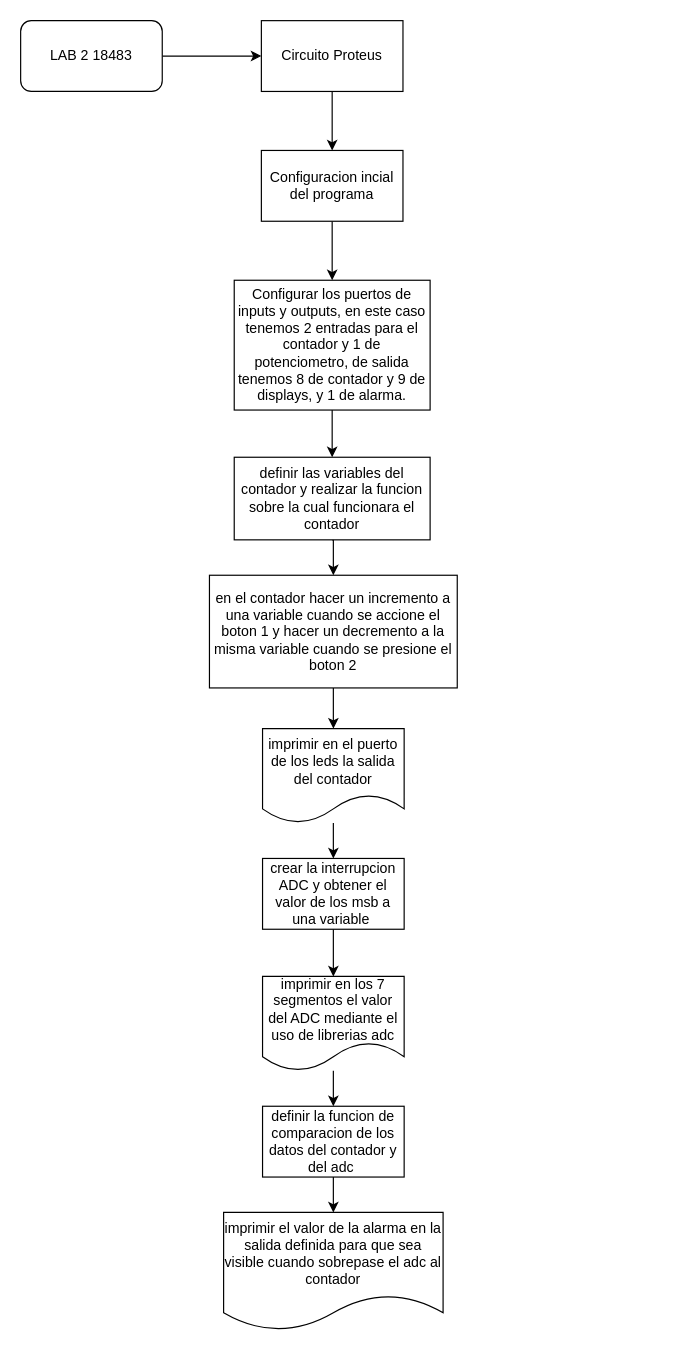
Above: Laboratorio 2/pseudocodigo.drawio in SSGR18483/IE3027-Digital_2_18483 (draw.io), before the change. Source tidied: cells renumbered, new cells numbered last; positions are measured from the earlier drawing's top-left corner, leaving out a move shared by most shapes. Both pictures are drawn from the tidied source at 118%, with x=0, y=0 at pixel (20, 20).
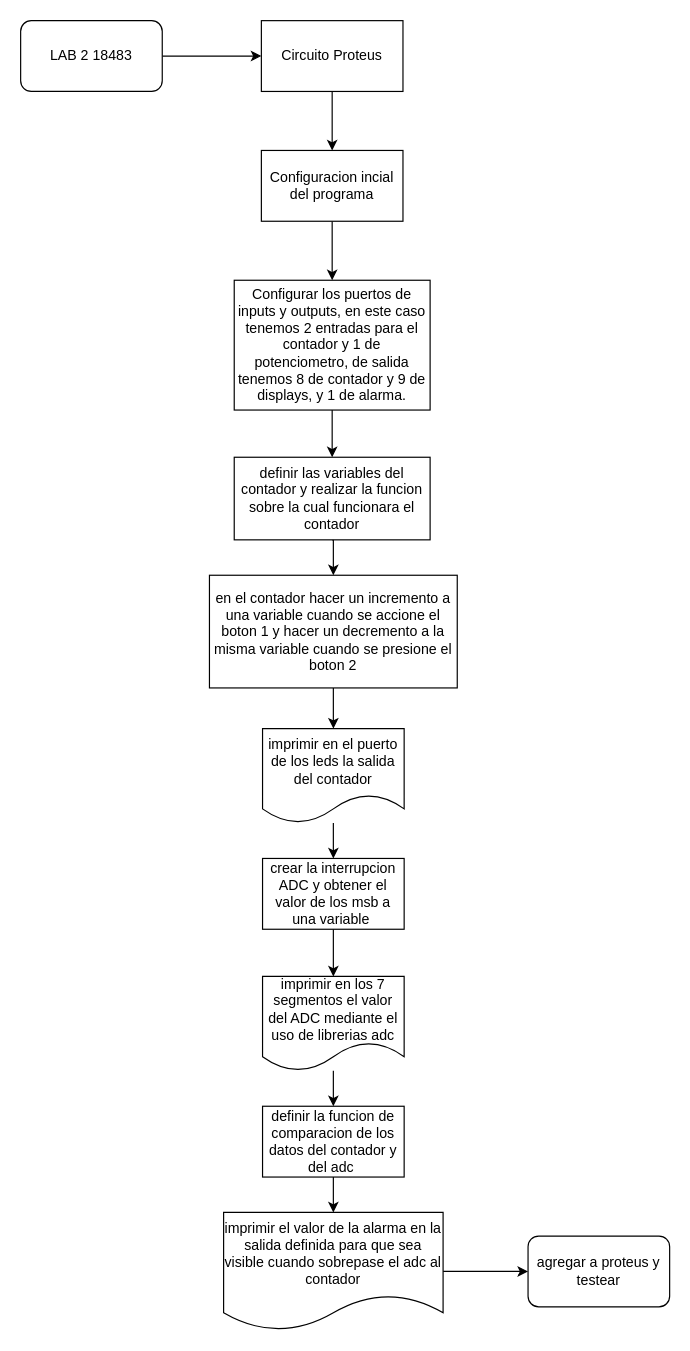
Above is the later version.

Unchanged cells that the change refers to:
```xml
<mxCell id="22" value="imprimir el valor de la alarma en la salida definida para que sea visible cuando sobrepase el adc al contador" style="shape=document;whiteSpace=wrap;html=1;boundedLbl=1;" parent="1" vertex="1">
  <mxGeometry x="172" y="1010" width="186" height="100" as="geometry" />
</mxCell>
```

Change to the diagram source:
```diff
@@
+    <mxCell id="23" style="edgeStyle=orthogonalEdgeStyle;rounded=0;jettySize=auto;html=1;" parent="1" edge="1" source="22" target="24">
+      <mxGeometry relative="1" as="geometry" />
+    </mxCell>
@@
+    <mxCell id="24" value="agregar a proteus y testear" style="rounded=1;whiteSpace=wrap;html=1;" parent="1" vertex="1">
+      <mxGeometry x="430" y="1030" width="120" height="60" as="geometry" />
+    </mxCell>
```
